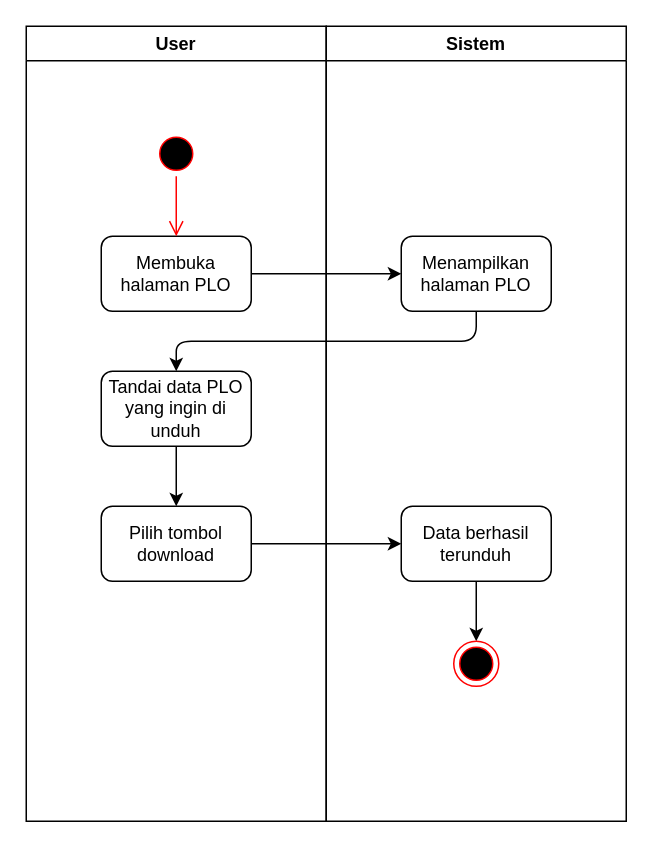
rismanrhz/idms keeps this draw.io diagram as PLO/downloadPLO.drawio. Above is the earlier version. Source tidied: cells renumbered, new cells numbered last; positions are measured from the earlier drawing's top-left corner, leaving out a move shared by most shapes. Both pictures are drawn from the tidied source at 150%, with x=0, y=0 at pixel (26, 26).
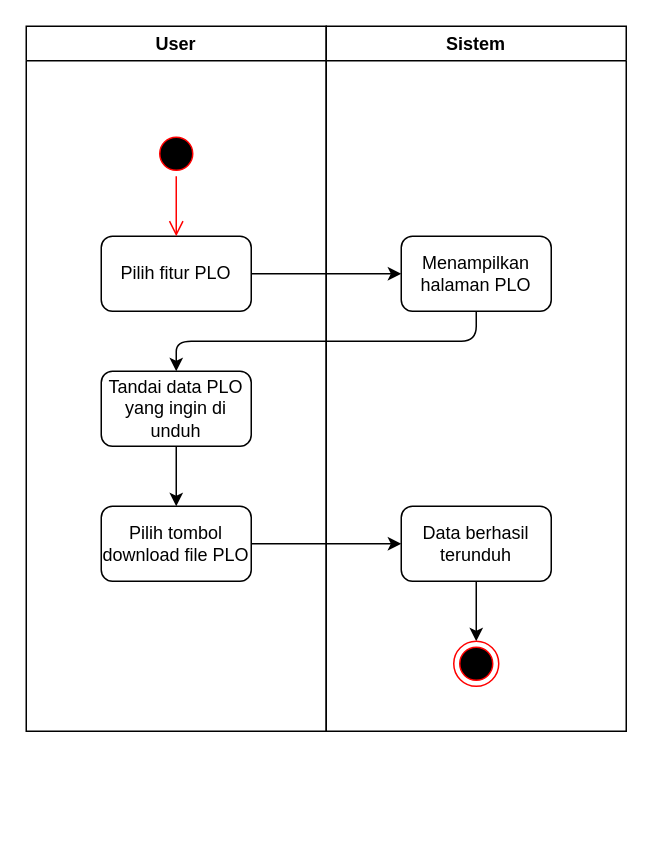
Above is the later version.

Diff of the diagram source:
```diff
@@
 <mxGraphModel>
   <root>
     <mxCell id="0" />
     <mxCell id="1" parent="0" />
     <mxCell id="2" value="User" style="swimlane;whiteSpace=wrap;html=1;startSize=23;" parent="1" vertex="1">
-      <mxGeometry width="200" height="530" as="geometry" />
+      <mxGeometry width="200" height="470" as="geometry" />
     </mxCell>
-    <mxCell id="3" value="Membuka halaman PLO" style="rounded=1;whiteSpace=wrap;html=1;" parent="2" vertex="1">
+    <mxCell id="3" value="Pilih fitur PLO" style="rounded=1;whiteSpace=wrap;html=1;" parent="2" vertex="1">
       <mxGeometry x="50" y="140" width="100" height="50" as="geometry" />
     </mxCell>
     <mxCell id="4" style="ellipse;html=1;shape=startState;fillColor=#000000;strokeColor=#ff0000;" parent="2" vertex="1">
       <mxGeometry x="85" y="70" width="30" height="30" as="geometry" />
     </mxCell>
     <mxCell id="5" style="edgeStyle=orthogonalEdgeStyle;html=1;verticalAlign=bottom;endArrow=open;endSize=8;strokeColor=#ff0000;entryX=0.5;entryY=0;entryDx=0;entryDy=0;" parent="2" edge="1" source="4" target="3">
       <mxGeometry relative="1" as="geometry" />
     </mxCell>
     <mxCell id="6" style="edgeStyle=none;html=1;" parent="2" edge="1" source="7" target="8">
       <mxGeometry relative="1" as="geometry" />
     </mxCell>
     <mxCell id="7" value="Tandai data PLO yang ingin di unduh" style="rounded=1;whiteSpace=wrap;html=1;" parent="2" vertex="1">
       <mxGeometry x="50" y="230" width="100" height="50" as="geometry" />
     </mxCell>
-    <mxCell id="8" value="Pilih tombol download" style="rounded=1;whiteSpace=wrap;html=1;" parent="2" vertex="1">
+    <mxCell id="8" value="Pilih tombol download file PLO" style="rounded=1;whiteSpace=wrap;html=1;" parent="2" vertex="1">
       <mxGeometry x="50" y="320" width="100" height="50" as="geometry" />
     </mxCell>
     <mxCell id="9" value="Sistem" style="swimlane;whiteSpace=wrap;html=1;startSize=23;" parent="1" vertex="1">
-      <mxGeometry x="200" width="200" height="530" as="geometry" />
+      <mxGeometry x="200" width="200" height="470" as="geometry" />
     </mxCell>
     <mxCell id="10" value="Menampilkan halaman PLO" style="rounded=1;whiteSpace=wrap;html=1;" parent="9" vertex="1">
       <mxGeometry x="50" y="140" width="100" height="50" as="geometry" />
     </mxCell>
     <mxCell id="11" style="edgeStyle=none;html=1;" parent="9" edge="1" source="12" target="13">
       <mxGeometry relative="1" as="geometry" />
     </mxCell>
     <mxCell id="12" value="Data berhasil terunduh" style="rounded=1;whiteSpace=wrap;html=1;" parent="9" vertex="1">
       <mxGeometry x="50" y="320" width="100" height="50" as="geometry" />
     </mxCell>
     <mxCell id="13" style="ellipse;html=1;shape=endState;fillColor=#000000;strokeColor=#ff0000;" parent="9" vertex="1">
       <mxGeometry x="85" y="410" width="30" height="30" as="geometry" />
     </mxCell>
     <mxCell id="14" style="edgeStyle=none;html=1;" parent="1" edge="1" source="3" target="10">
       <mxGeometry relative="1" as="geometry" />
     </mxCell>
     <mxCell id="15" style="edgeStyle=none;html=1;exitX=0.5;exitY=1;exitDx=0;exitDy=0;" parent="1" edge="1" source="10" target="7">
       <mxGeometry relative="1" as="geometry">
         <Array as="points">
           <mxPoint x="300" y="210" />
           <mxPoint x="100" y="210" />
         </Array>
       </mxGeometry>
     </mxCell>
     <mxCell id="16" style="edgeStyle=none;html=1;" parent="1" edge="1" source="8" target="12">
       <mxGeometry relative="1" as="geometry" />
     </mxCell>
   </root>
 </mxGraphModel>
```
